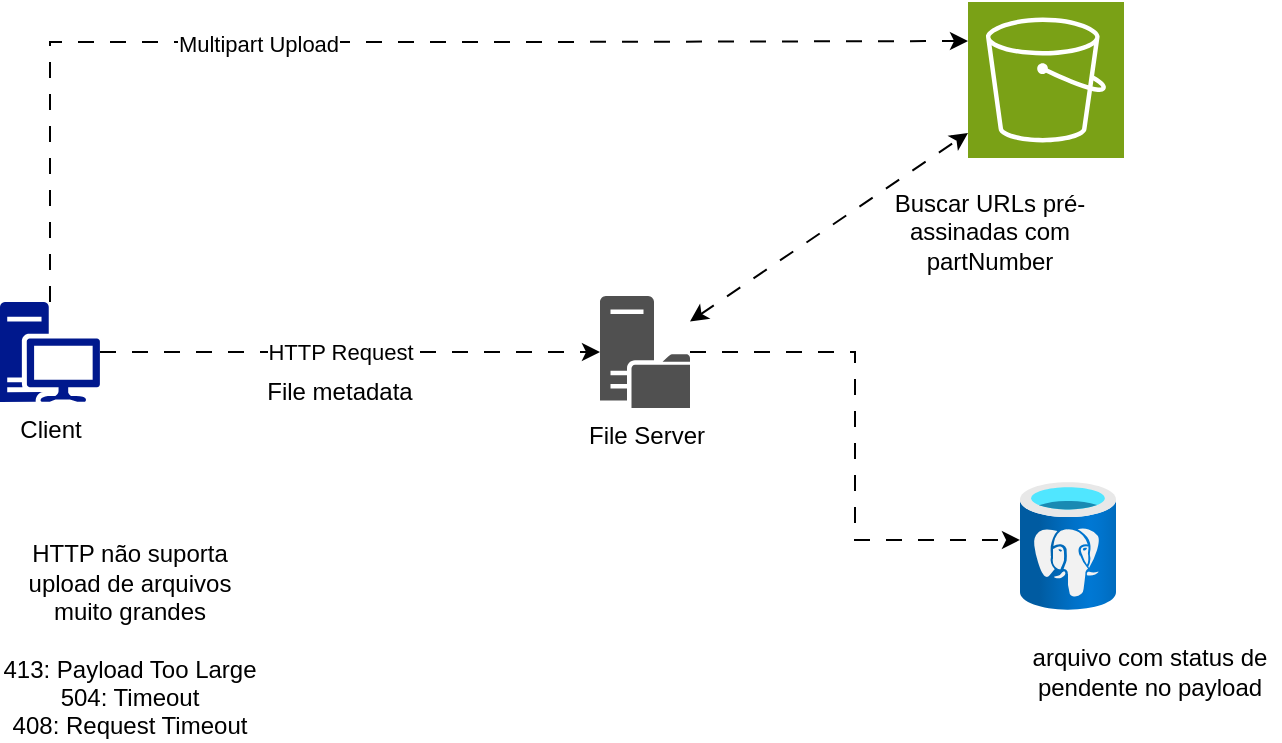
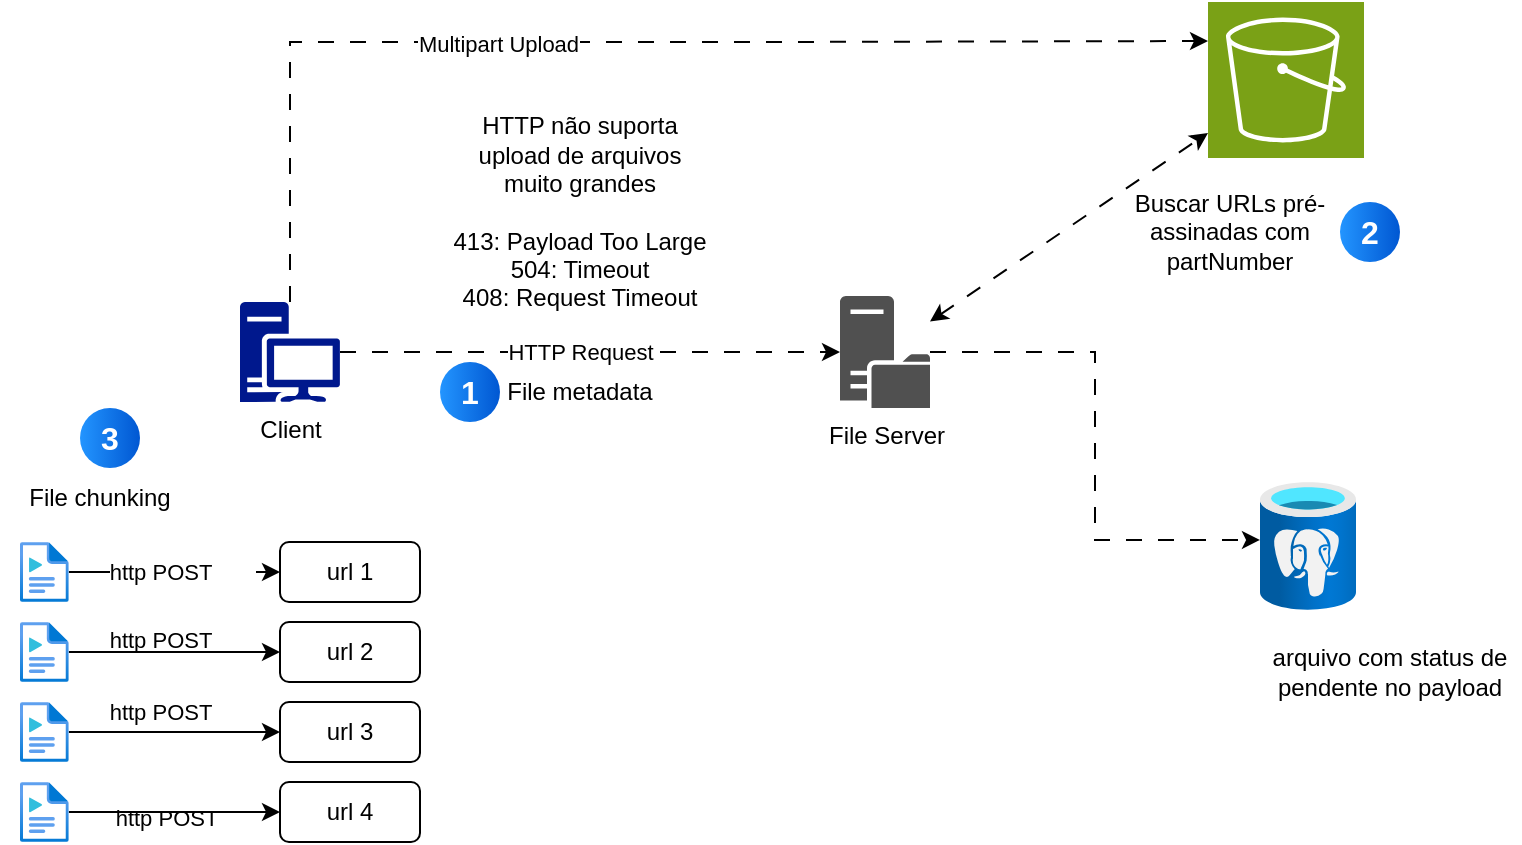
<mxfile host="app.diagrams.net">
  <diagram name="Página-1" id="4D3M8B96T3K3ZtQU1b3x">
    <mxGraphModel dx="1601" dy="1679" grid="1" gridSize="10" guides="1" tooltips="1" connect="1" arrows="1" fold="1" page="1" pageScale="1" pageWidth="827" pageHeight="1169" math="0" shadow="0">
      <root>
        <mxCell id="0" />
        <mxCell id="1" parent="0" />
        <mxCell id="fk9SJw6ftsK7bPstpn4Y-3" edge="1" parent="1" source="fk9SJw6ftsK7bPstpn4Y-1" style="edgeStyle=orthogonalEdgeStyle;rounded=0;orthogonalLoop=1;jettySize=auto;html=1;dashed=1;dashPattern=8 8;" target="fk9SJw6ftsK7bPstpn4Y-2">
          <mxGeometry relative="1" as="geometry" />
        </mxCell>
        <mxCell id="fk9SJw6ftsK7bPstpn4Y-6" connectable="0" parent="fk9SJw6ftsK7bPstpn4Y-3" style="edgeLabel;html=1;align=center;verticalAlign=middle;resizable=0;points=[];" value="HTTP Request" vertex="1">
          <mxGeometry relative="1" x="-0.288" as="geometry">
            <mxPoint x="31" as="offset" />
          </mxGeometry>
        </mxCell>
        <mxCell id="fk9SJw6ftsK7bPstpn4Y-1" parent="1" style="sketch=0;aspect=fixed;pointerEvents=1;shadow=0;dashed=0;html=1;strokeColor=none;labelPosition=center;verticalLabelPosition=bottom;verticalAlign=top;align=center;fillColor=#00188D;shape=mxgraph.mscae.enterprise.workstation_client" value="Client" vertex="1">
          <mxGeometry height="50" width="50" x="-70" y="90" as="geometry" />
        </mxCell>
        <mxCell id="fk9SJw6ftsK7bPstpn4Y-2" parent="1" style="sketch=0;pointerEvents=1;shadow=0;dashed=0;html=1;strokeColor=none;fillColor=#505050;labelPosition=center;verticalLabelPosition=bottom;verticalAlign=top;outlineConnect=0;align=center;shape=mxgraph.office.servers.file_server;" value="File Server" vertex="1">
          <mxGeometry height="56" width="45" x="230" y="87" as="geometry" />
        </mxCell>
        <mxCell id="fk9SJw6ftsK7bPstpn4Y-4" parent="1" style="sketch=0;points=[[0,0,0],[0.25,0,0],[0.5,0,0],[0.75,0,0],[1,0,0],[0,1,0],[0.25,1,0],[0.5,1,0],[0.75,1,0],[1,1,0],[0,0.25,0],[0,0.5,0],[0,0.75,0],[1,0.25,0],[1,0.5,0],[1,0.75,0]];outlineConnect=0;fontColor=#232F3E;fillColor=#7AA116;strokeColor=#ffffff;dashed=0;verticalLabelPosition=bottom;verticalAlign=top;align=center;html=1;fontSize=12;fontStyle=0;aspect=fixed;shape=mxgraph.aws4.resourceIcon;resIcon=mxgraph.aws4.s3;" value="" vertex="1">
          <mxGeometry height="78" width="78" x="414" y="-60" as="geometry" />
        </mxCell>
        <mxCell id="fk9SJw6ftsK7bPstpn4Y-7" parent="1" style="image;aspect=fixed;html=1;points=[];align=center;fontSize=12;image=img/lib/azure2/databases/Azure_Database_PostgreSQL_Server.svg;" value="" vertex="1">
          <mxGeometry height="64" width="48" x="440" y="180" as="geometry" />
        </mxCell>
        <mxCell id="fk9SJw6ftsK7bPstpn4Y-8" edge="1" parent="1" source="fk9SJw6ftsK7bPstpn4Y-2" style="edgeStyle=orthogonalEdgeStyle;rounded=0;orthogonalLoop=1;jettySize=auto;html=1;entryX=0;entryY=0.453;entryDx=0;entryDy=0;entryPerimeter=0;dashed=1;dashPattern=8 8;" target="fk9SJw6ftsK7bPstpn4Y-7">
          <mxGeometry relative="1" as="geometry" />
        </mxCell>
        <mxCell id="fk9SJw6ftsK7bPstpn4Y-13" parent="1" style="text;html=1;whiteSpace=wrap;strokeColor=none;fillColor=none;align=center;verticalAlign=middle;rounded=0;" value="HTTP não suporta upload de arquivos muito grandes&lt;div&gt;&lt;br&gt;&lt;/div&gt;&lt;div&gt;413: Payload Too Large&lt;div&gt;504: Timeout&lt;/div&gt;&lt;div&gt;408: Request Timeout&lt;/div&gt;&lt;/div&gt;" vertex="1">
-           <mxGeometry height="30" width="130" x="-70" y="244" as="geometry" />
+           <mxGeometry height="30" width="130" x="35" y="30" as="geometry" />
        </mxCell>
        <mxCell id="h8KboTeERqfswfNuPOU6-1" edge="1" parent="1" source="fk9SJw6ftsK7bPstpn4Y-1" style="edgeStyle=orthogonalEdgeStyle;rounded=0;orthogonalLoop=1;jettySize=auto;html=1;entryX=0;entryY=0.25;entryDx=0;entryDy=0;entryPerimeter=0;dashed=1;dashPattern=8 8;" target="fk9SJw6ftsK7bPstpn4Y-4">
          <mxGeometry relative="1" as="geometry">
            <Array as="points">
              <mxPoint x="-45" y="-40" />
              <mxPoint x="197" y="-40" />
            </Array>
          </mxGeometry>
        </mxCell>
        <mxCell id="h8KboTeERqfswfNuPOU6-2" connectable="0" parent="h8KboTeERqfswfNuPOU6-1" style="edgeLabel;html=1;align=center;verticalAlign=middle;resizable=0;points=[];" value="Multipart Upload" vertex="1">
          <mxGeometry relative="1" x="-0.2054" y="-1" as="geometry">
            <mxPoint as="offset" />
          </mxGeometry>
        </mxCell>
        <mxCell id="h8KboTeERqfswfNuPOU6-3" parent="1" style="text;html=1;whiteSpace=wrap;strokeColor=none;fillColor=none;align=center;verticalAlign=middle;rounded=0;" value="File metadata" vertex="1">
          <mxGeometry height="30" width="80" x="60" y="120" as="geometry" />
        </mxCell>
        <mxCell id="h8KboTeERqfswfNuPOU6-4" parent="1" style="text;html=1;whiteSpace=wrap;strokeColor=none;fillColor=none;align=center;verticalAlign=middle;rounded=0;" value="arquivo com status de pendente no payload" vertex="1">
          <mxGeometry height="30" width="130" x="440" y="260" as="geometry" />
        </mxCell>
        <mxCell id="h8KboTeERqfswfNuPOU6-5" parent="1" style="text;html=1;whiteSpace=wrap;strokeColor=none;fillColor=none;align=center;verticalAlign=middle;rounded=0;" value="Buscar URLs pré-assinadas com partNumber" vertex="1">
          <mxGeometry height="30" width="110" x="370" y="40" as="geometry" />
        </mxCell>
        <mxCell id="h8KboTeERqfswfNuPOU6-6" edge="1" parent="1" source="fk9SJw6ftsK7bPstpn4Y-2" style="html=1;labelBackgroundColor=#ffffff;startArrow=classic;startFill=1;startSize=6;endArrow=classic;endFill=1;endSize=6;jettySize=auto;orthogonalLoop=1;strokeWidth=1;fontSize=14;rounded=0;dashed=1;dashPattern=8 8;" target="fk9SJw6ftsK7bPstpn4Y-4" value="">
          <mxGeometry height="60" relative="1" width="60" as="geometry">
            <mxPoint x="370" y="60" as="sourcePoint" />
            <mxPoint x="430" as="targetPoint" />
          </mxGeometry>
        </mxCell>
+         <mxCell id="h8KboTeERqfswfNuPOU6-7" parent="1" style="rounded=1;whiteSpace=wrap;html=1;" value="url 1" vertex="1">
+           <mxGeometry height="30" width="70" x="-50" y="210" as="geometry" />
+         </mxCell>
+         <mxCell id="h8KboTeERqfswfNuPOU6-8" parent="1" style="rounded=1;whiteSpace=wrap;html=1;" value="url 4" vertex="1">
+           <mxGeometry height="30" width="70" x="-50" y="330" as="geometry" />
+         </mxCell>
+         <mxCell id="h8KboTeERqfswfNuPOU6-9" parent="1" style="rounded=1;whiteSpace=wrap;html=1;" value="url 3" vertex="1">
+           <mxGeometry height="30" width="70" x="-50" y="290" as="geometry" />
+         </mxCell>
+         <mxCell id="h8KboTeERqfswfNuPOU6-10" parent="1" style="rounded=1;whiteSpace=wrap;html=1;" value="url 2" vertex="1">
+           <mxGeometry height="30" width="70" x="-50" y="250" as="geometry" />
+         </mxCell>
+         <mxCell id="h8KboTeERqfswfNuPOU6-11" parent="1" style="ellipse;whiteSpace=wrap;html=1;aspect=fixed;rotation=0;gradientColor=#0057D2;strokeColor=none;gradientDirection=east;fillColor=#2395FF;rounded=0;pointerEvents=0;fontFamily=Helvetica;fontSize=16;fontColor=#FFFFFF;spacingTop=4;spacingBottom=4;spacingLeft=4;spacingRight=4;points=[];fontStyle=1" value="1" vertex="1">
+           <mxGeometry height="30" width="30" x="30" y="120" as="geometry" />
+         </mxCell>
+         <mxCell id="h8KboTeERqfswfNuPOU6-12" parent="1" style="ellipse;whiteSpace=wrap;html=1;aspect=fixed;rotation=0;gradientColor=#0057D2;strokeColor=none;gradientDirection=east;fillColor=#2395FF;rounded=0;pointerEvents=0;fontFamily=Helvetica;fontSize=16;fontColor=#FFFFFF;spacingTop=4;spacingBottom=4;spacingLeft=4;spacingRight=4;points=[];fontStyle=1" value="2" vertex="1">
+           <mxGeometry height="30" width="30" x="480" y="40" as="geometry" />
+         </mxCell>
+         <mxCell id="h8KboTeERqfswfNuPOU6-13" parent="1" style="ellipse;whiteSpace=wrap;html=1;aspect=fixed;rotation=0;gradientColor=#0057D2;strokeColor=none;gradientDirection=east;fillColor=#2395FF;rounded=0;pointerEvents=0;fontFamily=Helvetica;fontSize=16;fontColor=#FFFFFF;spacingTop=4;spacingBottom=4;spacingLeft=4;spacingRight=4;points=[];fontStyle=1" value="3" vertex="1">
+           <mxGeometry height="30" width="30" x="-150" y="143" as="geometry" />
+         </mxCell>
+         <mxCell id="h8KboTeERqfswfNuPOU6-14" parent="1" style="text;html=1;whiteSpace=wrap;strokeColor=none;fillColor=none;align=center;verticalAlign=middle;rounded=0;" value="File chunking" vertex="1">
+           <mxGeometry height="30" width="100" x="-190" y="173" as="geometry" />
+         </mxCell>
+         <mxCell id="h8KboTeERqfswfNuPOU6-16" edge="1" parent="1" source="h8KboTeERqfswfNuPOU6-15" style="edgeStyle=orthogonalEdgeStyle;rounded=0;orthogonalLoop=1;jettySize=auto;html=1;" target="h8KboTeERqfswfNuPOU6-7" value="">
+           <mxGeometry relative="1" as="geometry" />
+         </mxCell>
+         <mxCell id="h8KboTeERqfswfNuPOU6-17" connectable="0" parent="h8KboTeERqfswfNuPOU6-16" style="edgeLabel;html=1;align=center;verticalAlign=middle;resizable=0;points=[];labelBackgroundColor=default;" value="http POST&lt;span style=&quot;white-space: pre;&quot;&gt;&#x9;&lt;/span&gt;" vertex="1">
+           <mxGeometry relative="1" x="-0.4857" y="5" as="geometry">
+             <mxPoint x="29" y="5" as="offset" />
+           </mxGeometry>
+         </mxCell>
+         <mxCell id="h8KboTeERqfswfNuPOU6-15" parent="1" style="image;aspect=fixed;html=1;points=[];align=center;fontSize=12;image=img/lib/azure2/general/Media_File.svg;" value="" vertex="1">
+           <mxGeometry height="30" width="24.38" x="-180" y="210" as="geometry" />
+         </mxCell>
+         <mxCell id="h8KboTeERqfswfNuPOU6-21" connectable="0" parent="1" style="edgeLabel;html=1;align=center;verticalAlign=middle;resizable=0;points=[];labelBackgroundColor=default;" value="http POST&lt;span style=&quot;white-space: pre;&quot;&gt;&#x9;&lt;/span&gt;" vertex="1">
+           <mxGeometry x="-99.61999999999989" y="259" as="geometry" />
+         </mxCell>
+         <mxCell id="h8KboTeERqfswfNuPOU6-29" edge="1" parent="1" source="h8KboTeERqfswfNuPOU6-22" style="edgeStyle=orthogonalEdgeStyle;rounded=0;orthogonalLoop=1;jettySize=auto;html=1;" target="h8KboTeERqfswfNuPOU6-10">
+           <mxGeometry relative="1" as="geometry" />
+         </mxCell>
+         <mxCell id="h8KboTeERqfswfNuPOU6-22" parent="1" style="image;aspect=fixed;html=1;points=[];align=center;fontSize=12;image=img/lib/azure2/general/Media_File.svg;" value="" vertex="1">
+           <mxGeometry height="30" width="24.38" x="-180" y="250" as="geometry" />
+         </mxCell>
+         <mxCell id="h8KboTeERqfswfNuPOU6-23" connectable="0" parent="1" style="edgeLabel;html=1;align=center;verticalAlign=middle;resizable=0;points=[];labelBackgroundColor=default;" value="http POST&lt;span style=&quot;white-space: pre;&quot;&gt;&#x9;&lt;/span&gt;" vertex="1">
+           <mxGeometry x="-99.61999999999989" y="295" as="geometry" />
+         </mxCell>
+         <mxCell id="h8KboTeERqfswfNuPOU6-28" edge="1" parent="1" source="h8KboTeERqfswfNuPOU6-24" style="edgeStyle=orthogonalEdgeStyle;rounded=0;orthogonalLoop=1;jettySize=auto;html=1;" target="h8KboTeERqfswfNuPOU6-9">
+           <mxGeometry relative="1" as="geometry" />
+         </mxCell>
+         <mxCell id="h8KboTeERqfswfNuPOU6-24" parent="1" style="image;aspect=fixed;html=1;points=[];align=center;fontSize=12;image=img/lib/azure2/general/Media_File.svg;" value="" vertex="1">
+           <mxGeometry height="30" width="24.38" x="-180" y="290" as="geometry" />
+         </mxCell>
+         <mxCell id="h8KboTeERqfswfNuPOU6-25" connectable="0" parent="1" style="edgeLabel;html=1;align=center;verticalAlign=middle;resizable=0;points=[];labelBackgroundColor=default;" value="http POST&lt;span style=&quot;white-space: pre;&quot;&gt;&#x9;&lt;/span&gt;" vertex="1">
+           <mxGeometry x="-99.61999999999989" y="325" as="geometry">
+             <mxPoint x="3" y="23" as="offset" />
+           </mxGeometry>
+         </mxCell>
+         <mxCell id="h8KboTeERqfswfNuPOU6-27" edge="1" parent="1" source="h8KboTeERqfswfNuPOU6-26" style="edgeStyle=orthogonalEdgeStyle;rounded=0;orthogonalLoop=1;jettySize=auto;html=1;" target="h8KboTeERqfswfNuPOU6-8">
+           <mxGeometry relative="1" as="geometry" />
+         </mxCell>
+         <mxCell id="h8KboTeERqfswfNuPOU6-26" parent="1" style="image;aspect=fixed;html=1;points=[];align=center;fontSize=12;image=img/lib/azure2/general/Media_File.svg;" value="" vertex="1">
+           <mxGeometry height="30" width="24.38" x="-180" y="330" as="geometry" />
+         </mxCell>
      </root>
    </mxGraphModel>
  </diagram>
</mxfile>
